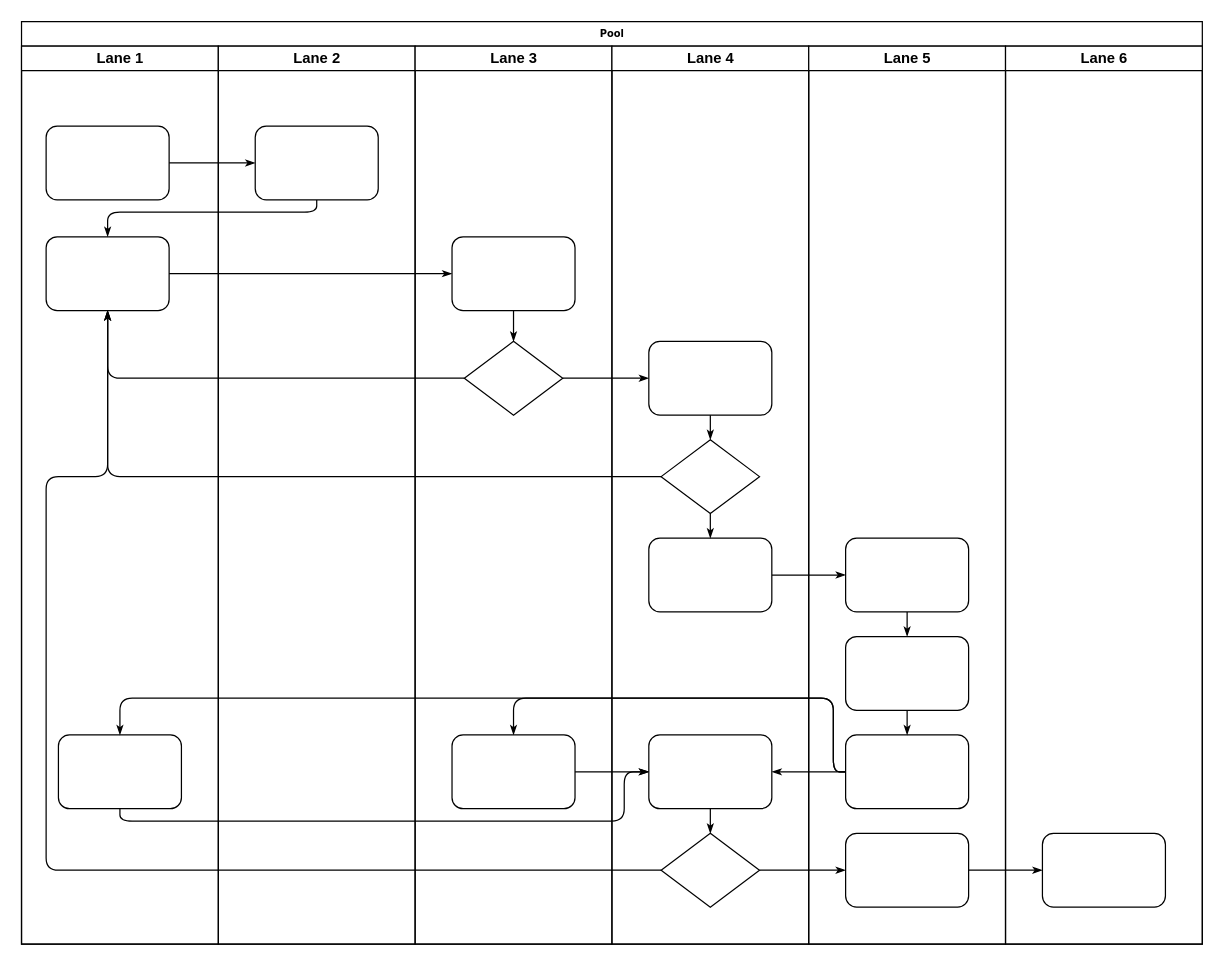
Before: 包裹订单.drawio in yangjy15033/draw.io, a draw.io diagram. Source tidied: cells renumbered, new cells numbered last; positions are measured from the earlier drawing's top-left corner, leaving out a move shared by most shapes. Both pictures are drawn from the tidied source at 123%, with x=0, y=0 at pixel (21, 21).
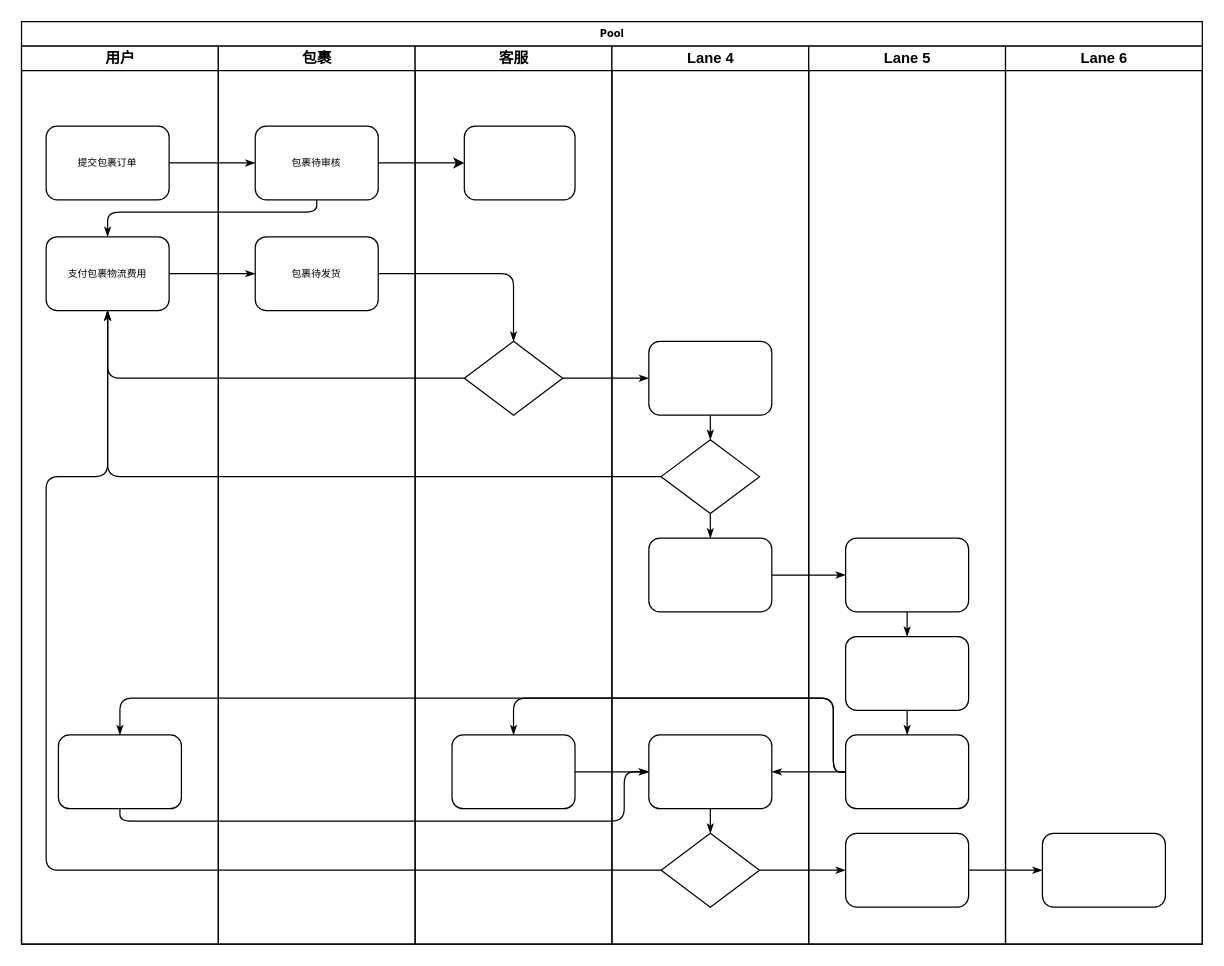
The same page after the edit.

Commit message:
更新包裹订单.drawio

The change refers to these unchanged cells:
```xml
<mxCell id="2" value="Pool" style="swimlane;html=1;startSize=20;rounded=0;shadow=0;labelBackgroundColor=none;strokeWidth=1;fontFamily=Verdana;fontSize=8;align=center;" parent="1" vertex="1">
  <mxGeometry width="960" height="750" as="geometry" />
</mxCell>
<mxCell id="26" style="rhombus;whiteSpace=wrap;html=1;rounded=0;shadow=0;labelBackgroundColor=none;strokeWidth=1;fontFamily=Verdana;fontSize=8;align=center;" parent="24" vertex="1">
  <mxGeometry x="40" y="240" width="80" height="60" as="geometry" />
</mxCell>
```

Change to the diagram source:
```diff
@@
-    <mxCell id="3" value="Lane 1" style="swimlane;html=1;startSize=20;" parent="2" vertex="1">
+    <mxCell id="3" value="用户" style="swimlane;html=1;startSize=20;" parent="2" vertex="1">
       <mxGeometry y="20" width="160" height="730" as="geometry" />
     </mxCell>
-    <mxCell id="4" style="rounded=1;whiteSpace=wrap;html=1;shadow=0;labelBackgroundColor=none;strokeWidth=1;fontFamily=Verdana;fontSize=8;align=center;" parent="3" vertex="1">
+    <mxCell id="4" value="提交包裹订单" style="rounded=1;whiteSpace=wrap;html=1;shadow=0;labelBackgroundColor=none;strokeWidth=1;fontFamily=Verdana;fontSize=8;align=center;" parent="3" vertex="1">
       <mxGeometry x="20" y="65" width="100" height="60" as="geometry" />
     </mxCell>
-    <mxCell id="5" style="rounded=1;whiteSpace=wrap;html=1;shadow=0;labelBackgroundColor=none;strokeWidth=1;fontFamily=Verdana;fontSize=8;align=center;" parent="3" vertex="1">
+    <mxCell id="5" value="支付包裹物流费用" style="rounded=1;whiteSpace=wrap;html=1;shadow=0;labelBackgroundColor=none;strokeWidth=1;fontFamily=Verdana;fontSize=8;align=center;" parent="3" vertex="1">
       <mxGeometry x="20" y="155" width="100" height="60" as="geometry" />
     </mxCell>
@@
-    <mxCell id="22" value="Lane 2" style="swimlane;html=1;startSize=20;" parent="2" vertex="1">
+    <mxCell id="22" value="包裹" style="swimlane;html=1;startSize=20;" parent="2" vertex="1">
       <mxGeometry x="160" y="20" width="160" height="730" as="geometry" />
     </mxCell>
-    <mxCell id="23" style="rounded=1;whiteSpace=wrap;html=1;shadow=0;labelBackgroundColor=none;strokeWidth=1;fontFamily=Verdana;fontSize=8;align=center;" parent="22" vertex="1">
+    <mxCell id="23" value="包裹待审核" style="rounded=1;whiteSpace=wrap;html=1;shadow=0;labelBackgroundColor=none;strokeWidth=1;fontFamily=Verdana;fontSize=8;align=center;" parent="22" vertex="1">
       <mxGeometry x="30" y="65" width="100" height="60" as="geometry" />
     </mxCell>
+    <mxCell id="25" value="包裹待发货" style="rounded=1;whiteSpace=wrap;html=1;shadow=0;labelBackgroundColor=none;strokeWidth=1;fontFamily=Verdana;fontSize=8;align=center;" parent="22" vertex="1">
+      <mxGeometry x="30" y="155" width="100" height="60" as="geometry" />
+    </mxCell>
-    <mxCell id="24" value="Lane 3" style="swimlane;html=1;startSize=20;" parent="2" vertex="1">
+    <mxCell id="24" value="客服" style="swimlane;html=1;startSize=20;" parent="2" vertex="1">
       <mxGeometry x="320" y="20" width="160" height="730" as="geometry" />
     </mxCell>
-    <mxCell id="25" style="rounded=1;whiteSpace=wrap;html=1;shadow=0;labelBackgroundColor=none;strokeWidth=1;fontFamily=Verdana;fontSize=8;align=center;" parent="24" vertex="1">
-      <mxGeometry x="30" y="155" width="100" height="60" as="geometry" />
-    </mxCell>
@@
-    <mxCell id="28" style="edgeStyle=orthogonalEdgeStyle;rounded=1;html=1;labelBackgroundColor=none;startArrow=none;startFill=0;startSize=5;endArrow=classicThin;endFill=1;endSize=5;jettySize=auto;strokeWidth=1;fontFamily=Verdana;fontSize=8;" parent="24" edge="1" source="25" target="26">
-      <mxGeometry relative="1" as="geometry" />
-    </mxCell>
+    <mxCell id="47" style="whiteSpace=wrap;html=1;fontSize=8;fontFamily=Verdana;rounded=1;shadow=0;labelBackgroundColor=none;strokeWidth=1;" parent="24" vertex="1">
+      <mxGeometry x="40" y="65" width="90" height="60" as="geometry" />
+    </mxCell>
@@
+    <mxCell id="28" style="edgeStyle=orthogonalEdgeStyle;rounded=1;html=1;labelBackgroundColor=none;startArrow=none;startFill=0;startSize=5;endArrow=classicThin;endFill=1;endSize=5;jettySize=auto;strokeWidth=1;fontFamily=Verdana;fontSize=8;" parent="2" edge="1" source="25" target="26">
+      <mxGeometry relative="1" as="geometry" />
+    </mxCell>
+    <mxCell id="48" style="edgeStyle=orthogonalEdgeStyle;rounded=0;jettySize=auto;html=1;" parent="2" edge="1" source="23" target="47">
+      <mxGeometry relative="1" as="geometry" />
+    </mxCell>
```
